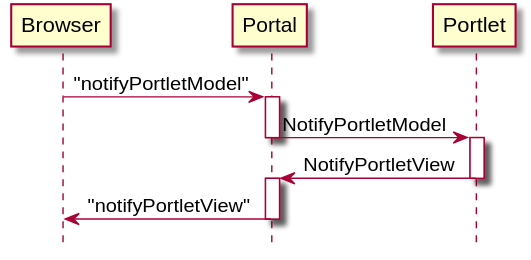
This is javadoc-webconsole/org/jgrapes/webcon/base/events/NotifyPortletModelSeq.svg from mnlipp/jgrapes, a PlantUML export, as it was before one commit.
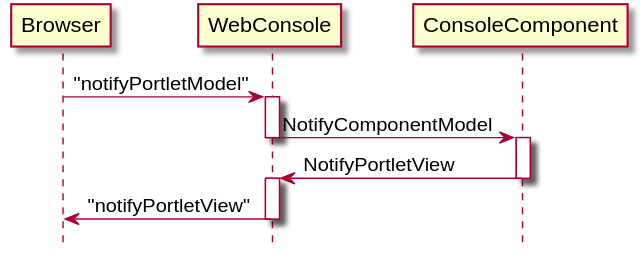
Above is the later version.

The edit, as a diff of the source:
```diff
@@ -1,14 +1,14 @@
 @startuml
 hide footbox
 
- Browser -> Portal: "notifyPortletModel"
- activate Portal
- Portal -> Portlet: NotifyPortletModel
- deactivate Portal
- activate Portlet
- Portlet -> Portal: NotifyPortletView
- deactivate Portlet
- activate Portal
- Portal -> Browser: "notifyPortletView"
- deactivate Portal
+ Browser -> WebConsole: "notifyPortletModel"
+ activate WebConsole
+ WebConsole -> ConsoleComponent: NotifyComponentModel
+ deactivate WebConsole
+ activate ConsoleComponent
+ ConsoleComponent -> WebConsole: NotifyPortletView
+ deactivate ConsoleComponent
+ activate WebConsole
+ WebConsole -> Browser: "notifyPortletView"
+ deactivate WebConsole
 @enduml
```
